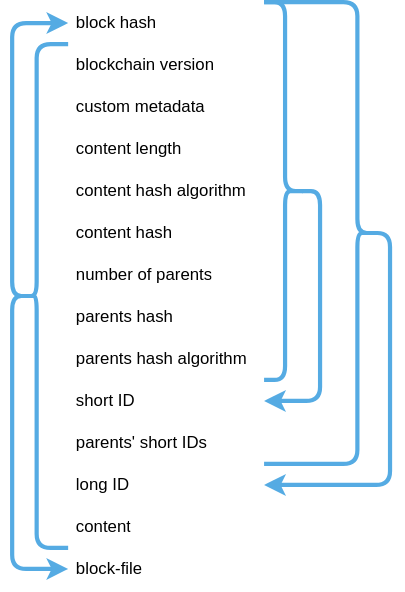
This is Specification/3. Walytis Blockchain/BlockConstituents.drawio.svg from emendir/WalytisTechnologies, a draw.io export, as it was before one commit. Source tidied: cells renumbered, new cells last; positions are measured from the earlier drawing's top-left corner, leaving out a move shared by most shapes.
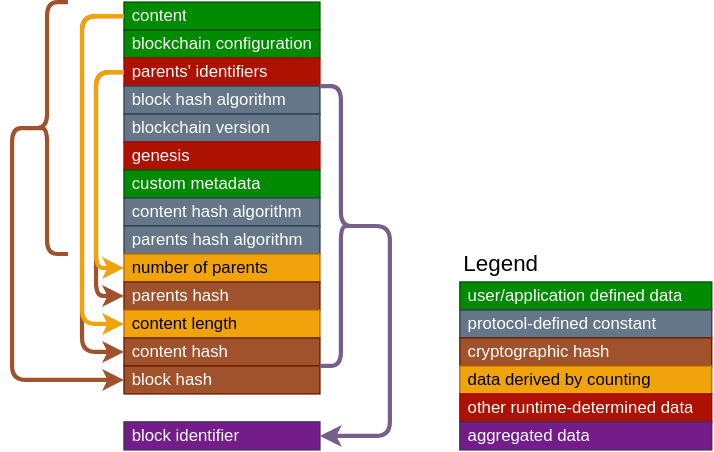
After the commit.

What changed in the source:
```diff
@@ -1,92 +1,122 @@
-<mxGraphModel background="light-dark(#FFFFFF00,#12121200)">
+<mxGraphModel>
   <root>
     <mxCell id="0" />
     <mxCell id="1" parent="0" />
+    <mxCell id="23" style="shape=curlyBracket;whiteSpace=wrap;html=1;rounded=1;labelPosition=left;verticalLabelPosition=middle;align=right;verticalAlign=middle;fillColor=#1ba1e2;fontColor=#ffffff;strokeColor=light-dark(#A0522D,#A0522D);strokeWidth=3;size=0.5;" parent="1" vertex="1">
+      <mxGeometry x="-20" y="-10" width="30" height="180" as="geometry" />
+    </mxCell>
     <mxCell id="2" value="List" style="swimlane;fontStyle=0;horizontal=1;startSize=0;whiteSpace=wrap;html=1;noLabel=1;swimlaneHead=0;swimlaneBody=0;labelBackgroundColor=default;" parent="1" vertex="1">
-      <mxGeometry x="40" width="140" height="420" as="geometry" />
+      <mxGeometry x="50" y="-10" width="140" height="320" as="geometry" />
     </mxCell>
-    <mxCell id="3" value="block hash" style="text;strokeColor=none;fillColor=none;align=left;verticalAlign=middle;spacingLeft=4;spacingRight=4;overflow=hidden;points=[[0,0.5],[1,0.5]];portConstraint=eastwest;whiteSpace=wrap;html=1;noLabel=0;labelBackgroundColor=default;" parent="2" vertex="1">
-      <mxGeometry width="140" height="30" as="geometry" />
-    </mxCell>
+    <mxCell id="15" value="content" style="text;strokeColor=#005700;fillColor=#008a00;align=left;verticalAlign=middle;spacingLeft=4;spacingRight=4;overflow=hidden;points=[[0,0.5],[1,0.5]];portConstraint=eastwest;whiteSpace=wrap;html=1;labelBackgroundColor=none;fontColor=#ffffff;" parent="2" vertex="1">
+      <mxGeometry width="140" height="20" as="geometry" />
+    </mxCell>
+    <mxCell id="24" value="blockchain configuration" style="text;strokeColor=#005700;fillColor=#008a00;align=left;verticalAlign=middle;spacingLeft=4;spacingRight=4;overflow=hidden;whiteSpace=wrap;html=1;labelBackgroundColor=none;fontColor=#ffffff;" parent="2" vertex="1">
+      <mxGeometry y="20" width="140" height="20" as="geometry" />
+    </mxCell>
+    <mxCell id="13" value="parents' identifiers" style="text;strokeColor=#B20000;fillColor=#AD1100;align=left;verticalAlign=middle;spacingLeft=4;spacingRight=4;overflow=hidden;points=[[0,0.5],[1,0.5]];portConstraint=eastwest;whiteSpace=wrap;html=1;labelBackgroundColor=none;fontColor=#ffffff;" parent="2" vertex="1">
+      <mxGeometry y="40" width="140" height="20" as="geometry" />
+    </mxCell>
+    <mxCell id="25" value="block hash algorithm" style="text;strokeColor=#314354;fillColor=#647687;align=left;verticalAlign=middle;spacingLeft=4;spacingRight=4;overflow=hidden;whiteSpace=wrap;html=1;labelBackgroundColor=none;fontColor=#ffffff;" parent="2" vertex="1">
+      <mxGeometry y="60" width="140" height="20" as="geometry" />
+    </mxCell>
-    <mxCell id="4" value="blockchain version" style="text;strokeColor=none;fillColor=none;align=left;verticalAlign=middle;spacingLeft=4;spacingRight=4;overflow=hidden;whiteSpace=wrap;html=1;labelBackgroundColor=default;" parent="2" vertex="1">
-      <mxGeometry y="30" width="140" height="30" as="geometry" />
+    <mxCell id="4" value="blockchain version" style="text;strokeColor=#314354;fillColor=#647687;align=left;verticalAlign=middle;spacingLeft=4;spacingRight=4;overflow=hidden;whiteSpace=wrap;html=1;labelBackgroundColor=none;fontColor=#ffffff;" parent="2" vertex="1">
+      <mxGeometry y="80" width="140" height="20" as="geometry" />
     </mxCell>
+    <mxCell id="26" value="genesis" style="text;strokeColor=#B20000;fillColor=#AD1100;align=left;verticalAlign=middle;spacingLeft=4;spacingRight=4;overflow=hidden;whiteSpace=wrap;html=1;labelBackgroundColor=none;fontColor=#ffffff;" parent="2" vertex="1">
+      <mxGeometry y="100" width="140" height="20" as="geometry" />
+    </mxCell>
-    <mxCell id="5" value="custom metadata" style="text;strokeColor=none;fillColor=none;align=left;verticalAlign=middle;spacingLeft=4;spacingRight=4;overflow=hidden;whiteSpace=wrap;html=1;labelBackgroundColor=default;" parent="2" vertex="1">
-      <mxGeometry y="60" width="140" height="30" as="geometry" />
+    <mxCell id="5" value="custom metadata" style="text;strokeColor=#005700;fillColor=#008a00;align=left;verticalAlign=middle;spacingLeft=4;spacingRight=4;overflow=hidden;whiteSpace=wrap;html=1;labelBackgroundColor=none;fontColor=#ffffff;" parent="2" vertex="1">
+      <mxGeometry y="120" width="140" height="20" as="geometry" />
     </mxCell>
-    <mxCell id="6" value="content length" style="text;strokeColor=none;fillColor=none;align=left;verticalAlign=middle;spacingLeft=4;spacingRight=4;overflow=hidden;points=[[0,0.5],[1,0.5]];portConstraint=eastwest;whiteSpace=wrap;html=1;labelBackgroundColor=default;" parent="2" vertex="1">
-      <mxGeometry y="90" width="140" height="30" as="geometry" />
-    </mxCell>
-    <mxCell id="7" value="content hash algorithm" style="text;strokeColor=none;fillColor=none;align=left;verticalAlign=middle;spacingLeft=4;spacingRight=4;overflow=hidden;whiteSpace=wrap;html=1;labelBackgroundColor=default;" parent="2" vertex="1">
-      <mxGeometry y="120" width="140" height="30" as="geometry" />
+    <mxCell id="7" value="content hash algorithm" style="text;strokeColor=#314354;fillColor=#647687;align=left;verticalAlign=middle;spacingLeft=4;spacingRight=4;overflow=hidden;whiteSpace=wrap;html=1;labelBackgroundColor=none;fontColor=#ffffff;" parent="2" vertex="1">
+      <mxGeometry y="140" width="140" height="20" as="geometry" />
     </mxCell>
-    <mxCell id="8" value="content hash" style="text;strokeColor=none;fillColor=none;align=left;verticalAlign=middle;spacingLeft=4;spacingRight=4;overflow=hidden;points=[[0,0.5],[1,0.5]];portConstraint=eastwest;whiteSpace=wrap;html=1;labelBackgroundColor=default;" parent="2" vertex="1">
-      <mxGeometry y="150" width="140" height="30" as="geometry" />
-    </mxCell>
+    <mxCell id="11" value="parents hash algorithm" style="text;strokeColor=#314354;fillColor=#647687;align=left;verticalAlign=middle;spacingLeft=4;spacingRight=4;overflow=hidden;whiteSpace=wrap;html=1;labelBackgroundColor=none;fontColor=#ffffff;" parent="2" vertex="1">
+      <mxGeometry y="160" width="140" height="20" as="geometry" />
+    </mxCell>
+    <mxCell id="27" style="edgeStyle=orthogonalEdgeStyle;shape=connector;curved=0;rounded=1;jettySize=auto;html=1;exitX=0;exitY=0.5;exitDx=0;exitDy=0;entryX=0;entryY=0.5;entryDx=0;entryDy=0;strokeColor=light-dark(#A0522D,#A0522D);strokeWidth=3;align=center;verticalAlign=middle;fontFamily=Helvetica;fontSize=11;fontColor=default;labelBackgroundColor=default;endArrow=classic;fillColor=#a0522d;jumpStyle=gap;" parent="2" edge="1" source="13" target="10">
+      <mxGeometry x="0.27" relative="1" as="geometry" />
+    </mxCell>
+    <mxCell id="28" style="edgeStyle=orthogonalEdgeStyle;shape=connector;curved=0;rounded=1;jettySize=auto;html=1;exitX=0;exitY=0.5;exitDx=0;exitDy=0;strokeColor=light-dark(#F0A30A,#A17402);strokeWidth=3;align=center;verticalAlign=middle;fontFamily=Helvetica;fontSize=11;fontColor=default;labelBackgroundColor=default;endArrow=classic;fillColor=#1ba1e2;entryX=0;entryY=0.5;entryDx=0;entryDy=0;jumpStyle=gap;" parent="2" edge="1" source="13" target="9">
+      <mxGeometry x="0.31" relative="1" as="geometry" />
+    </mxCell>
-    <mxCell id="9" value="number of parents" style="text;strokeColor=none;fillColor=none;align=left;verticalAlign=middle;spacingLeft=4;spacingRight=4;overflow=hidden;points=[[0,0.5],[1,0.5]];portConstraint=eastwest;whiteSpace=wrap;html=1;labelBackgroundColor=default;" parent="2" vertex="1">
-      <mxGeometry y="180" width="140" height="30" as="geometry" />
+    <mxCell id="9" value="number of parents" style="text;strokeColor=light-dark(#BD7000,#926018);fillColor=light-dark(#F0A30A,#A17402);align=left;verticalAlign=middle;spacingLeft=4;spacingRight=4;overflow=hidden;points=[[0,0.5],[1,0.5]];portConstraint=eastwest;whiteSpace=wrap;html=1;labelBackgroundColor=none;fontColor=light-dark(#000000,#FFFFFF);" parent="2" vertex="1">
+      <mxGeometry y="180" width="140" height="20" as="geometry" />
     </mxCell>
-    <mxCell id="10" value="parents hash" style="text;strokeColor=none;fillColor=none;align=left;verticalAlign=middle;spacingLeft=4;spacingRight=4;overflow=hidden;points=[[0,0.5],[1,0.5]];portConstraint=eastwest;whiteSpace=wrap;html=1;labelBackgroundColor=default;" parent="2" vertex="1">
-      <mxGeometry y="210" width="140" height="30" as="geometry" />
+    <mxCell id="10" value="parents hash" style="text;strokeColor=#6D1F00;fillColor=#a0522d;align=left;verticalAlign=middle;spacingLeft=4;spacingRight=4;overflow=hidden;points=[[0,0.5],[1,0.5]];portConstraint=eastwest;whiteSpace=wrap;html=1;labelBackgroundColor=none;fontColor=#ffffff;" parent="2" vertex="1">
+      <mxGeometry y="200" width="140" height="20" as="geometry" />
     </mxCell>
-    <mxCell id="11" value="parents hash algorithm" style="text;strokeColor=none;fillColor=none;align=left;verticalAlign=middle;spacingLeft=4;spacingRight=4;overflow=hidden;whiteSpace=wrap;html=1;labelBackgroundColor=default;" parent="2" vertex="1">
-      <mxGeometry y="240" width="140" height="30" as="geometry" />
-    </mxCell>
-    <mxCell id="12" value="short ID" style="text;strokeColor=none;fillColor=none;align=left;verticalAlign=middle;spacingLeft=4;spacingRight=4;overflow=hidden;points=[[0,0.5],[1,0.5]];portConstraint=eastwest;whiteSpace=wrap;html=1;labelBackgroundColor=default;" parent="2" vertex="1">
-      <mxGeometry y="270" width="140" height="30" as="geometry" />
-    </mxCell>
-    <mxCell id="13" value="parents' short IDs" style="text;strokeColor=none;fillColor=none;align=left;verticalAlign=middle;spacingLeft=4;spacingRight=4;overflow=hidden;points=[[0,0.5],[1,0.5]];portConstraint=eastwest;whiteSpace=wrap;html=1;labelBackgroundColor=default;" parent="2" vertex="1">
-      <mxGeometry y="300" width="140" height="30" as="geometry" />
-    </mxCell>
+    <mxCell id="6" value="content length" style="text;strokeColor=light-dark(#BD7000,#926018);fillColor=light-dark(#F0A30A,#A17402);align=left;verticalAlign=middle;spacingLeft=4;spacingRight=4;overflow=hidden;points=[[0,0.5],[1,0.5]];portConstraint=eastwest;whiteSpace=wrap;html=1;labelBackgroundColor=none;fontColor=light-dark(#000000,#FFFFFF);" parent="2" vertex="1">
+      <mxGeometry y="220" width="140" height="20" as="geometry" />
+    </mxCell>
+    <mxCell id="8" value="content hash" style="text;strokeColor=#6D1F00;fillColor=#a0522d;align=left;verticalAlign=middle;spacingLeft=4;spacingRight=4;overflow=hidden;points=[[0,0.5],[1,0.5]];portConstraint=eastwest;whiteSpace=wrap;html=1;labelBackgroundColor=none;fontColor=#ffffff;" parent="2" vertex="1">
+      <mxGeometry y="240" width="140" height="20" as="geometry" />
+    </mxCell>
+    <mxCell id="3" value="block hash" style="text;strokeColor=#6D1F00;fillColor=#a0522d;align=left;verticalAlign=middle;spacingLeft=4;spacingRight=4;overflow=hidden;points=[[0,0.5],[1,0.5]];portConstraint=eastwest;whiteSpace=wrap;html=1;labelBackgroundColor=none;fontColor=#ffffff;" parent="2" vertex="1">
+      <mxGeometry y="260" width="140" height="20" as="geometry" />
+    </mxCell>
+    <mxCell id="29" value="-" style="text;strokeColor=none;fillColor=none;align=left;verticalAlign=middle;spacingLeft=4;spacingRight=4;overflow=hidden;whiteSpace=wrap;html=1;labelBackgroundColor=none;fontColor=none;noLabel=1;" parent="2" vertex="1">
+      <mxGeometry y="280" width="140" height="20" as="geometry" />
+    </mxCell>
-    <mxCell id="14" value="long ID" style="text;strokeColor=none;fillColor=none;align=left;verticalAlign=middle;spacingLeft=4;spacingRight=4;overflow=hidden;points=[[0,0.5],[1,0.5]];portConstraint=eastwest;whiteSpace=wrap;html=1;labelBackgroundColor=default;" parent="2" vertex="1">
-      <mxGeometry y="330" width="140" height="30" as="geometry" />
+    <mxCell id="14" value="block identifier" style="text;strokeColor=#432D57;fillColor=light-dark(#741C8A,#741C8A);align=left;verticalAlign=middle;spacingLeft=4;spacingRight=4;overflow=hidden;points=[[0,0.5],[1,0.5]];portConstraint=eastwest;whiteSpace=wrap;html=1;labelBackgroundColor=none;fontColor=#ffffff;" parent="2" vertex="1">
+      <mxGeometry y="300" width="140" height="20" as="geometry" />
     </mxCell>
-    <mxCell id="15" value="content" style="text;strokeColor=none;fillColor=none;align=left;verticalAlign=middle;spacingLeft=4;spacingRight=4;overflow=hidden;points=[[0,0.5],[1,0.5]];portConstraint=eastwest;whiteSpace=wrap;html=1;labelBackgroundColor=default;" parent="2" vertex="1">
-      <mxGeometry y="360" width="140" height="30" as="geometry" />
-    </mxCell>
-    <mxCell id="16" value="block-file" style="text;strokeColor=none;fillColor=none;align=left;verticalAlign=middle;spacingLeft=4;spacingRight=4;overflow=hidden;points=[[0,0.5],[1,0.5]];portConstraint=eastwest;whiteSpace=wrap;html=1;labelBackgroundColor=default;" parent="2" vertex="1">
-      <mxGeometry y="390" width="140" height="30" as="geometry" />
-    </mxCell>
-    <mxCell id="17" style="edgeStyle=orthogonalEdgeStyle;rounded=1;jettySize=auto;html=1;exitX=0.1;exitY=0.5;exitDx=0;exitDy=0;exitPerimeter=0;entryX=1;entryY=0.5;entryDx=0;entryDy=0;curved=0;fillColor=#1ba1e2;strokeColor=#55ABE3;strokeWidth=3;" parent="1" edge="1" source="18" target="12">
-      <mxGeometry x="0.32" relative="1" as="geometry">
-        <Array as="points">
-          <mxPoint x="220" y="135" />
-          <mxPoint x="220" y="285" />
-        </Array>
-      </mxGeometry>
-    </mxCell>
-    <mxCell id="18" style="shape=curlyBracket;whiteSpace=wrap;html=1;rounded=1;flipH=1;labelPosition=right;verticalLabelPosition=middle;align=left;verticalAlign=middle;fillColor=#1ba1e2;fontColor=#ffffff;strokeColor=#55ABE3;strokeWidth=3;" parent="1" vertex="1">
-      <mxGeometry x="180" width="30" height="270" as="geometry" />
-    </mxCell>
+    <mxCell id="30" style="edgeStyle=orthogonalEdgeStyle;shape=connector;curved=0;rounded=1;jettySize=auto;html=1;entryX=0;entryY=0.5;entryDx=0;entryDy=0;strokeColor=light-dark(#A0522D,#A0522D);strokeWidth=3;align=center;verticalAlign=middle;fontFamily=Helvetica;fontSize=11;fontColor=default;labelBackgroundColor=default;endArrow=classic;fillColor=#a0522d;jumpStyle=gap;" parent="2" edge="1" source="15" target="8">
+      <mxGeometry x="-0.11" relative="1" as="geometry">
+        <Array as="points">
+          <mxPoint x="-30" y="10" />
+          <mxPoint x="-30" y="250" />
+        </Array>
+      </mxGeometry>
+    </mxCell>
+    <mxCell id="31" style="edgeStyle=orthogonalEdgeStyle;shape=connector;curved=0;rounded=1;jettySize=auto;html=1;exitX=0;exitY=0.5;exitDx=0;exitDy=0;strokeColor=light-dark(#F0A30A,#A17402);strokeWidth=3;align=center;verticalAlign=middle;fontFamily=Helvetica;fontSize=11;fontColor=default;labelBackgroundColor=default;endArrow=classic;fillColor=#1ba1e2;entryX=0;entryY=0.5;entryDx=0;entryDy=0;jumpStyle=gap;" parent="2" edge="1" source="15" target="6">
+      <mxGeometry x="-0.12" relative="1" as="geometry">
+        <Array as="points">
+          <mxPoint x="-30" y="10" />
+          <mxPoint x="-30" y="230" />
+        </Array>
+      </mxGeometry>
+    </mxCell>
-    <mxCell id="19" style="edgeStyle=orthogonalEdgeStyle;rounded=1;jettySize=auto;html=1;exitX=0.1;exitY=0.5;exitDx=0;exitDy=0;exitPerimeter=0;entryX=1;entryY=0.5;entryDx=0;entryDy=0;curved=0;fillColor=#1ba1e2;strokeColor=#55ABE3;strokeWidth=3;" parent="1" edge="1" source="20" target="14">
-      <mxGeometry x="0.21" relative="1" as="geometry">
+    <mxCell id="19" style="edgeStyle=orthogonalEdgeStyle;rounded=1;jettySize=auto;html=1;exitX=0.1;exitY=0.5;exitDx=0;exitDy=0;exitPerimeter=0;entryX=1;entryY=0.5;entryDx=0;entryDy=0;curved=0;fillColor=#1ba1e2;strokeColor=light-dark(#76608A,#85488A);strokeWidth=3;jumpStyle=gap;" parent="1" edge="1" source="20" target="14">
+      <mxGeometry x="-0.17" relative="1" as="geometry">
         <Array as="points">
-          <mxPoint x="270" y="165" />
-          <mxPoint x="270" y="345" />
+          <mxPoint x="240" y="150" />
+          <mxPoint x="240" y="300" />
         </Array>
       </mxGeometry>
     </mxCell>
-    <mxCell id="20" style="shape=curlyBracket;whiteSpace=wrap;html=1;rounded=1;flipH=1;labelPosition=right;verticalLabelPosition=middle;align=left;verticalAlign=middle;size=0.16666666666666666;fillColor=#1ba1e2;fontColor=#ffffff;strokeColor=#55ABE3;strokeWidth=3;" parent="1" vertex="1">
-      <mxGeometry x="180" width="80" height="330" as="geometry" />
+    <mxCell id="20" style="shape=curlyBracket;whiteSpace=wrap;html=1;rounded=1;flipH=1;labelPosition=right;verticalLabelPosition=middle;align=left;verticalAlign=middle;size=0.5;fillColor=#1ba1e2;fontColor=#ffffff;strokeColor=light-dark(#76608A,#85488A);strokeWidth=3;" parent="1" vertex="1">
+      <mxGeometry x="190" y="50" width="30" height="200" as="geometry" />
     </mxCell>
-    <mxCell id="21" style="edgeStyle=orthogonalEdgeStyle;rounded=1;jettySize=auto;html=1;exitX=0.1;exitY=0.5;exitDx=0;exitDy=0;exitPerimeter=0;entryX=0;entryY=0.5;entryDx=0;entryDy=0;curved=0;fillColor=#1ba1e2;strokeColor=#55ABE3;strokeWidth=3;" parent="1" edge="1" source="23" target="16">
-      <mxGeometry x="0.24" relative="1" as="geometry">
-        <Array as="points">
-          <mxPoint y="210" />
-          <mxPoint y="405" />
-        </Array>
-      </mxGeometry>
-    </mxCell>
-    <mxCell id="22" style="edgeStyle=orthogonalEdgeStyle;rounded=1;jettySize=auto;html=1;exitX=0.1;exitY=0.5;exitDx=0;exitDy=0;exitPerimeter=0;entryX=0;entryY=0.5;entryDx=0;entryDy=0;curved=0;fillColor=#1ba1e2;strokeColor=#55ABE3;strokeWidth=3;" parent="1" edge="1" source="23" target="3">
-      <mxGeometry x="-0.12" relative="1" as="geometry">
+    <mxCell id="22" style="edgeStyle=orthogonalEdgeStyle;rounded=1;jettySize=auto;html=1;exitX=0.1;exitY=0.5;exitDx=0;exitDy=0;exitPerimeter=0;entryX=0;entryY=0.5;entryDx=0;entryDy=0;curved=0;fillColor=#a0522d;strokeColor=light-dark(#A0522D,#A0522D);strokeWidth=3;jumpStyle=gap;" parent="1" edge="1" source="23" target="3">
+      <mxGeometry x="-0.76" relative="1" as="geometry">
         <Array as="points">
-          <mxPoint y="210" />
-          <mxPoint y="15" />
+          <mxPoint x="-30" y="80" />
+          <mxPoint x="-30" y="260" />
         </Array>
       </mxGeometry>
     </mxCell>
-    <mxCell id="23" style="shape=curlyBracket;whiteSpace=wrap;html=1;rounded=1;labelPosition=left;verticalLabelPosition=middle;align=right;verticalAlign=middle;fillColor=#1ba1e2;fontColor=#ffffff;strokeColor=#55ABE3;strokeWidth=3;size=0.25;" parent="1" vertex="1">
-      <mxGeometry x="10" y="30" width="30" height="360" as="geometry" />
-    </mxCell>
+    <mxCell id="32" value="&lt;div&gt;Legend&lt;/div&gt;" style="swimlane;fontStyle=0;horizontal=1;startSize=0;whiteSpace=wrap;html=1;noLabel=0;swimlaneHead=0;swimlaneBody=0;labelBackgroundColor=default;align=left;verticalAlign=bottom;spacingBottom=0;labelPosition=center;verticalLabelPosition=top;spacing=3;fontSize=16;" parent="1" vertex="1">
+      <mxGeometry x="290" y="190" width="180" height="120" as="geometry" />
+    </mxCell>
+    <mxCell id="33" value="user/application defined data" style="text;strokeColor=#005700;fillColor=#008a00;align=left;verticalAlign=middle;spacingLeft=4;spacingRight=4;overflow=hidden;whiteSpace=wrap;html=1;labelBackgroundColor=none;fontColor=#ffffff;" parent="32" vertex="1">
+      <mxGeometry width="180" height="20" as="geometry" />
+    </mxCell>
+    <mxCell id="34" value="protocol-defined constant" style="text;strokeColor=#314354;fillColor=#647687;align=left;verticalAlign=middle;spacingLeft=4;spacingRight=4;overflow=hidden;whiteSpace=wrap;html=1;labelBackgroundColor=none;fontColor=#ffffff;" parent="32" vertex="1">
+      <mxGeometry y="20" width="180" height="20" as="geometry" />
+    </mxCell>
+    <mxCell id="35" value="cryptographic hash" style="text;strokeColor=#6D1F00;fillColor=#a0522d;align=left;verticalAlign=middle;spacingLeft=4;spacingRight=4;overflow=hidden;whiteSpace=wrap;html=1;labelBackgroundColor=none;fontColor=#ffffff;" parent="32" vertex="1">
+      <mxGeometry y="40" width="180" height="20" as="geometry" />
+    </mxCell>
+    <mxCell id="36" value="data derived by counting" style="text;strokeColor=light-dark(#BD7000,#926018);fillColor=light-dark(#F0A30A,#A17402);align=left;verticalAlign=middle;spacingLeft=4;spacingRight=4;overflow=hidden;whiteSpace=wrap;html=1;labelBackgroundColor=none;fontColor=light-dark(#000000,#FFFFFF);" parent="32" vertex="1">
+      <mxGeometry y="60" width="180" height="20" as="geometry" />
+    </mxCell>
+    <mxCell id="37" value="other runtime-determined data" style="text;strokeColor=#B20000;fillColor=#AD1100;align=left;verticalAlign=middle;spacingLeft=4;spacingRight=4;overflow=hidden;whiteSpace=wrap;html=1;labelBackgroundColor=none;fontColor=#ffffff;" parent="32" vertex="1">
+      <mxGeometry y="80" width="180" height="20" as="geometry" />
+    </mxCell>
+    <mxCell id="38" value="aggregated data" style="text;strokeColor=#432D57;fillColor=light-dark(#741C8A,#741C8A);align=left;verticalAlign=middle;spacingLeft=4;spacingRight=4;overflow=hidden;whiteSpace=wrap;html=1;labelBackgroundColor=none;fontColor=#ffffff;" parent="32" vertex="1">
+      <mxGeometry y="100" width="180" height="20" as="geometry" />
+    </mxCell>
   </root>
 </mxGraphModel>
```
